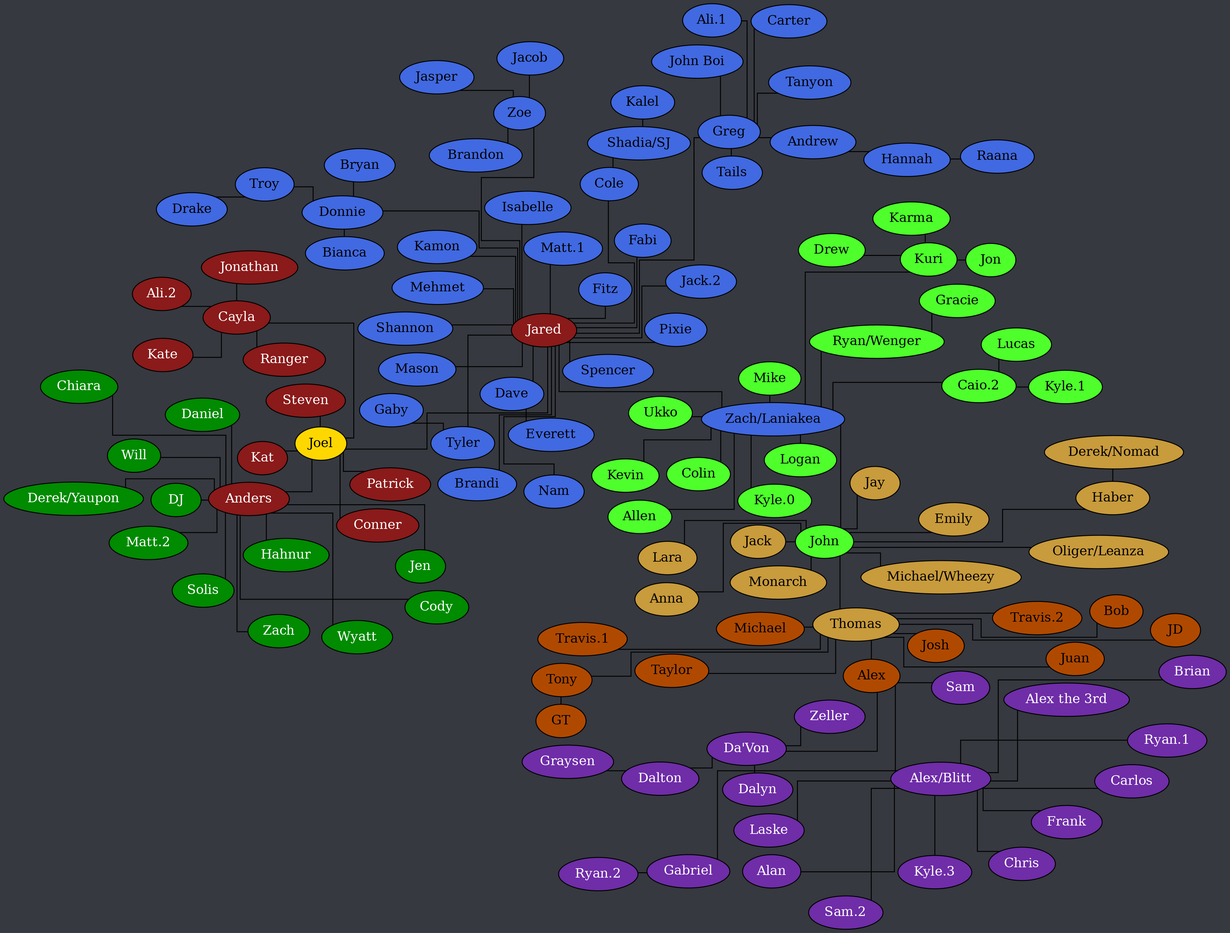
Earlier version of the Graphviz export tree.png (Documidas/CoronaCatzFamilyTree). Its source is kept beside it as tree.dot.
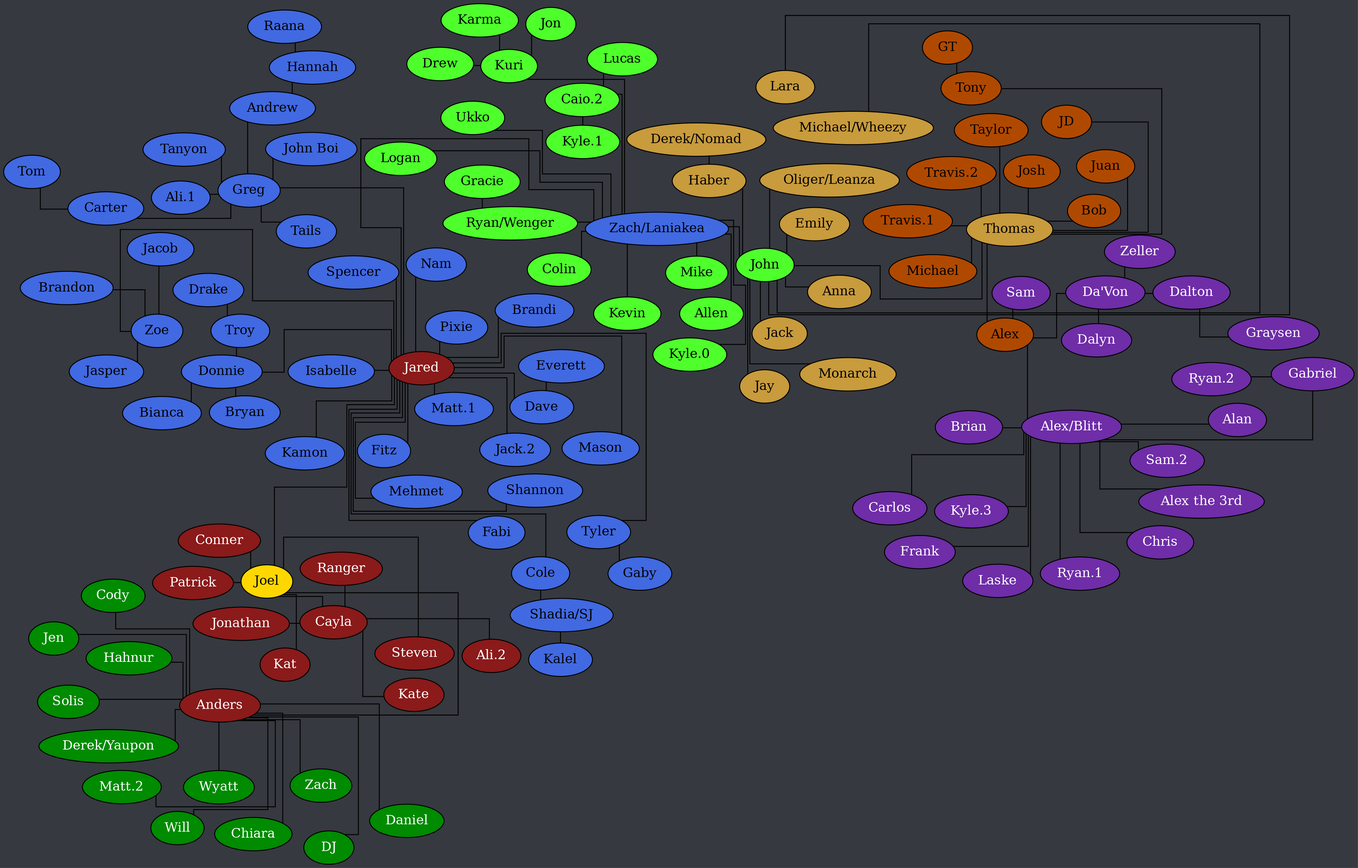
After the change.

What changed in the source:
```diff
@@ -49,6 +49,7 @@
 		node [ style=filled fillcolor="royalblue" fontcolor="black" ];
 
 		Andrew -- Hannah;
+		Carter -- Tom;
 		Cole -- "Shadia/SJ";
 		Dave -- Everett;
 		Donnie -- Bianca;
```
